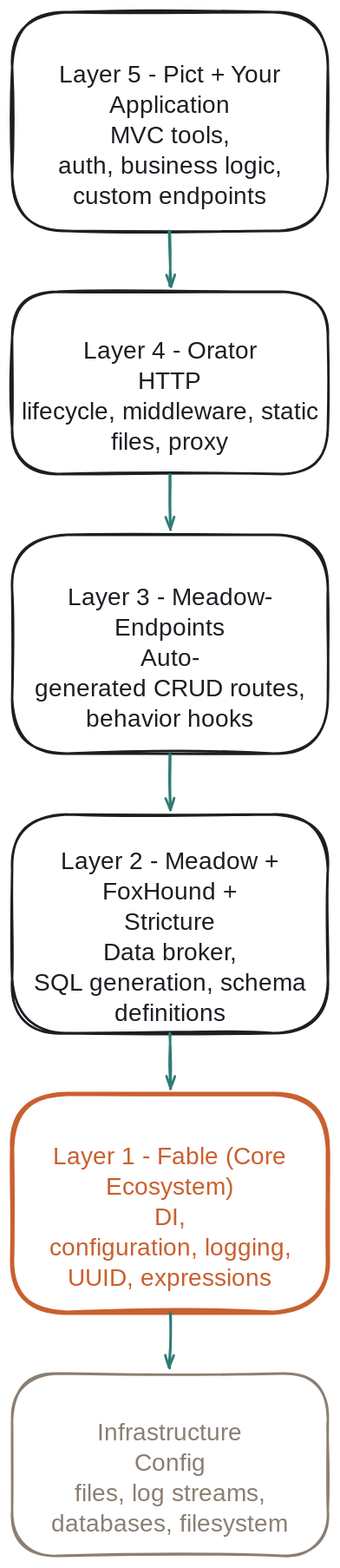
stevenvelozo/retold keeps this Excalidraw diagram as docs/architecture/diagrams/layer-model.svg. Above is the earlier version. Source tidied: one line per element, renumbered; positions are measured from the earlier drawing's top-left corner, leaving out a move shared by most shapes.
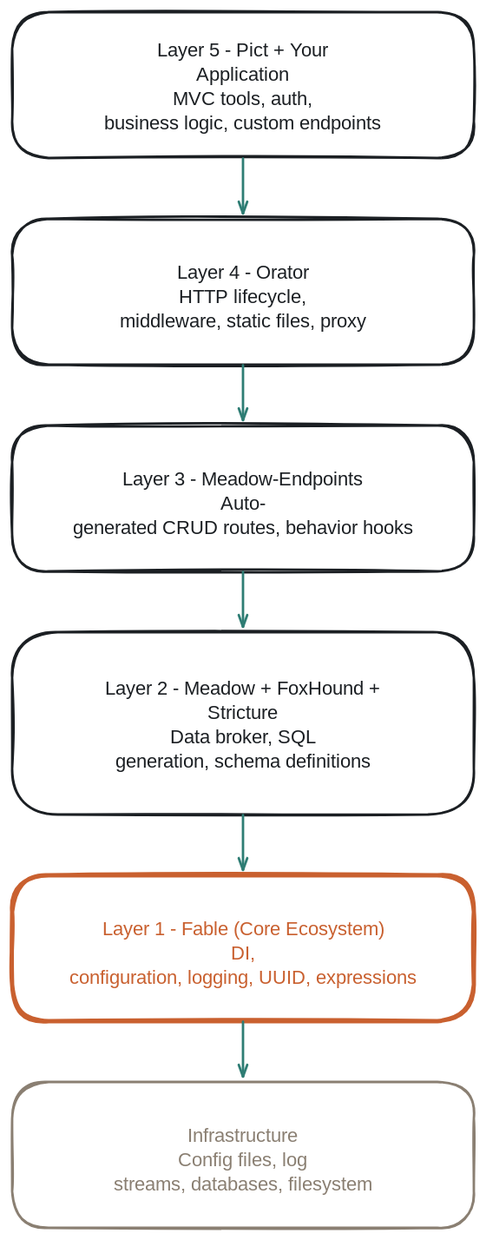
Later version of the same file.

Change to the diagram source:
```diff
@@ -1,17 +1,17 @@
-{"id": 0, "type": "rectangle", "strokeColor": "#1B1F23", "strokeWidth": 2, "roughness": 1, "round": true, "x": 0, "y": 0, "width": 260, "height": 180}
-{"id": 1, "type": "rectangle", "strokeColor": "#1B1F23", "strokeWidth": 2, "roughness": 1, "round": true, "x": 0, "y": 230, "width": 260, "height": 150}
-{"id": 2, "type": "rectangle", "strokeColor": "#1B1F23", "strokeWidth": 2, "roughness": 1, "round": true, "x": 0, "y": 430, "width": 260, "height": 180}
-{"id": 3, "type": "rectangle", "strokeColor": "#1B1F23", "strokeWidth": 2, "roughness": 1, "round": true, "x": 0, "y": 660, "width": 260, "height": 180}
-{"id": 4, "type": "rectangle", "strokeColor": "#C9602F", "strokeWidth": 3.5, "roughness": 1, "round": true, "x": 0, "y": 890, "width": 260, "height": 180}
-{"id": 5, "type": "rectangle", "strokeColor": "#8A7F72", "strokeWidth": 2, "roughness": 1, "round": true, "x": 0, "y": 1120, "width": 260, "height": 150}
-{"id": 6, "type": "arrow", "strokeColor": "#2E7D74", "strokeWidth": 2, "roughness": 1, "endArrowhead": "arrow", "round": true, "from": 0, "to": 1, "x": 130, "y": 180, "width": 0, "height": 45, "points": [[0, 0], [0, 24], [0, 45]]}
-{"id": 7, "type": "arrow", "strokeColor": "#2E7D74", "strokeWidth": 2, "roughness": 1, "endArrowhead": "arrow", "round": true, "from": 1, "to": 2, "x": 130, "y": 380, "width": 0, "height": 45, "points": [[0, 0], [0, 24], [0, 45]]}
-{"id": 8, "type": "arrow", "strokeColor": "#2E7D74", "strokeWidth": 2, "roughness": 1, "endArrowhead": "arrow", "round": true, "from": 2, "to": 3, "x": 130, "y": 610, "width": 0, "height": 45, "points": [[0, 0], [0, 24], [0, 45]]}
-{"id": 9, "type": "arrow", "strokeColor": "#2E7D74", "strokeWidth": 2, "roughness": 1, "endArrowhead": "arrow", "round": true, "from": 3, "to": 4, "x": 130, "y": 840, "width": 0, "height": 45, "points": [[0, 0], [0, 24], [0, 45]]}
-{"id": 10, "type": "arrow", "strokeColor": "#2E7D74", "strokeWidth": 2, "roughness": 1, "endArrowhead": "arrow", "round": true, "from": 4, "to": 5, "x": 130, "y": 1070, "width": 0, "height": 45, "points": [[0, 0], [0, 24], [0, 45]]}
+{"id": 17, "type": "rectangle", "strokeColor": "#1B1F23", "strokeWidth": 2, "roughness": 1, "round": true, "x": 0, "y": 0, "width": 380, "height": 120}
+{"id": 18, "type": "rectangle", "strokeColor": "#1B1F23", "strokeWidth": 2, "roughness": 1, "round": true, "x": 0, "y": 170, "width": 380, "height": 120}
+{"id": 19, "type": "rectangle", "strokeColor": "#1B1F23", "strokeWidth": 2, "roughness": 1, "round": true, "x": 0, "y": 340, "width": 380, "height": 120}
+{"id": 20, "type": "rectangle", "strokeColor": "#1B1F23", "strokeWidth": 2, "roughness": 1, "round": true, "x": 0, "y": 510, "width": 380, "height": 150}
+{"id": 21, "type": "rectangle", "strokeColor": "#C9602F", "strokeWidth": 3.5, "roughness": 1, "round": true, "x": 0, "y": 710, "width": 380, "height": 120}
+{"id": 22, "type": "rectangle", "strokeColor": "#8A7F72", "strokeWidth": 2, "roughness": 1, "round": true, "x": 0, "y": 880, "width": 380, "height": 120}
+{"id": 23, "type": "arrow", "strokeColor": "#2E7D74", "strokeWidth": 2, "roughness": 0, "endArrowhead": "arrow", "round": true, "from": 17, "to": 18, "x": 190, "y": 120, "width": 0, "height": 45, "points": [[0, 0], [0, 24], [0, 45]]}
+{"id": 24, "type": "arrow", "strokeColor": "#2E7D74", "strokeWidth": 2, "roughness": 0, "endArrowhead": "arrow", "round": true, "from": 18, "to": 19, "x": 190, "y": 290, "width": 0, "height": 45, "points": [[0, 0], [0, 24], [0, 45]]}
+{"id": 25, "type": "arrow", "strokeColor": "#2E7D74", "strokeWidth": 2, "roughness": 0, "endArrowhead": "arrow", "round": true, "from": 19, "to": 20, "x": 190, "y": 460, "width": 0, "height": 45, "points": [[0, 0], [0, 24], [0, 45]]}
+{"id": 26, "type": "arrow", "strokeColor": "#2E7D74", "strokeWidth": 2, "roughness": 0, "endArrowhead": "arrow", "round": true, "from": 20, "to": 21, "x": 190, "y": 660, "width": 0, "height": 45, "points": [[0, 0], [0, 24], [0, 45]]}
+{"id": 27, "type": "arrow", "strokeColor": "#2E7D74", "strokeWidth": 2, "roughness": 0, "endArrowhead": "arrow", "round": true, "from": 21, "to": 22, "x": 190, "y": 830, "width": 0, "height": 45, "points": [[0, 0], [0, 24], [0, 45]]}
-{"id": 11, "type": "text", "text": "Layer 5 - Pict + Your\nApplication\nMVC tools,\nauth, business logic,\ncustom endpoints", "strokeColor": "#1B1F23", "strokeWidth": 2, "roughness": 1, "fontSize": 20, "fontFamily": 5, "textAlign": "center", "verticalAlign": "middle", "inside": 0, "x": 12, "y": 40, "width": 237, "height": 100}
+{"id": 11, "type": "text", "text": "Layer 5 - Pict + Your\nApplication\nMVC tools, auth,\nbusiness logic, custom endpoints", "strokeColor": "#1B1F23", "strokeWidth": 2, "roughness": 1, "fontSize": 16, "fontFamily": 5, "textAlign": "center", "verticalAlign": "middle", "inside": 17, "x": 43, "y": 22, "width": 293, "height": 75}
-{"id": 12, "type": "text", "text": "Layer 4 - Orator\nHTTP\nlifecycle, middleware, static\nfiles, proxy", "strokeColor": "#1B1F23", "strokeWidth": 2, "roughness": 1, "fontSize": 20, "fontFamily": 5, "textAlign": "center", "verticalAlign": "middle", "inside": 1, "x": 9, "y": 268, "width": 242, "height": 75}
+{"id": 12, "type": "text", "text": "Layer 4 - Orator\nHTTP lifecycle,\nmiddleware, static files, proxy", "strokeColor": "#1B1F23", "strokeWidth": 2, "roughness": 1, "fontSize": 16, "fontFamily": 5, "textAlign": "center", "verticalAlign": "middle", "inside": 18, "x": 32, "y": 205, "width": 317, "height": 50}
-{"id": 13, "type": "text", "text": "Layer 3 - Meadow-\nEndpoints\nAuto-\ngenerated CRUD routes,\nbehavior hooks", "strokeColor": "#1B1F23", "strokeWidth": 2, "roughness": 1, "fontSize": 20, "fontFamily": 5, "textAlign": "center", "verticalAlign": "middle", "inside": 2, "x": 20, "y": 470, "width": 220, "height": 100}
+{"id": 28, "type": "text", "text": "Layer 3 - Meadow-Endpoints\nAuto-\ngenerated CRUD routes, behavior hooks", "strokeColor": "#1B1F23", "strokeWidth": 2, "roughness": 1, "fontSize": 16, "fontFamily": 5, "textAlign": "center", "verticalAlign": "middle", "inside": 19, "x": 9, "y": 375, "width": 361, "height": 50}
-{"id": 14, "type": "text", "text": "Layer 2 - Meadow +\nFoxHound +\nStricture\nData broker,\nSQL generation, schema\ndefinitions", "strokeColor": "#1B1F23", "strokeWidth": 2, "roughness": 1, "fontSize": 20, "fontFamily": 5, "textAlign": "center", "verticalAlign": "middle", "inside": 3, "x": 18, "y": 688, "width": 225, "height": 125}
+{"id": 14, "type": "text", "text": "Layer 2 - Meadow + FoxHound +\nStricture\nData broker, SQL\ngeneration, schema definitions", "strokeColor": "#1B1F23", "strokeWidth": 2, "roughness": 1, "fontSize": 16, "fontFamily": 5, "textAlign": "center", "verticalAlign": "middle", "inside": 20, "x": 44, "y": 548, "width": 292, "height": 75}
-{"id": 15, "type": "text", "text": "Layer 1 - Fable (Core\nEcosystem)\nDI,\nconfiguration, logging,\nUUID, expressions", "strokeColor": "#C9602F", "strokeWidth": 2, "roughness": 1, "fontSize": 20, "fontFamily": 5, "textAlign": "center", "verticalAlign": "middle", "inside": 4, "x": 32, "y": 930, "width": 196, "height": 100}
+{"id": 15, "type": "text", "text": "Layer 1 - Fable (Core Ecosystem)\nDI,\nconfiguration, logging, UUID, expressions", "strokeColor": "#C9602F", "strokeWidth": 2, "roughness": 1, "fontSize": 16, "fontFamily": 5, "textAlign": "center", "verticalAlign": "middle", "inside": 21, "x": 6, "y": 745, "width": 368, "height": 50}
-{"id": 16, "type": "text", "text": "Infrastructure\nConfig\nfiles, log streams,\ndatabases, filesystem", "strokeColor": "#8A7F72", "strokeWidth": 2, "roughness": 1, "fontSize": 20, "fontFamily": 5, "textAlign": "center", "verticalAlign": "middle", "inside": 5, "x": 22, "y": 1158, "width": 217, "height": 75}
+{"id": 16, "type": "text", "text": "Infrastructure\nConfig files, log\nstreams, databases, filesystem", "strokeColor": "#8A7F72", "strokeWidth": 2, "roughness": 1, "fontSize": 16, "fontFamily": 5, "textAlign": "center", "verticalAlign": "middle", "inside": 22, "x": 42, "y": 915, "width": 296, "height": 50}
```
